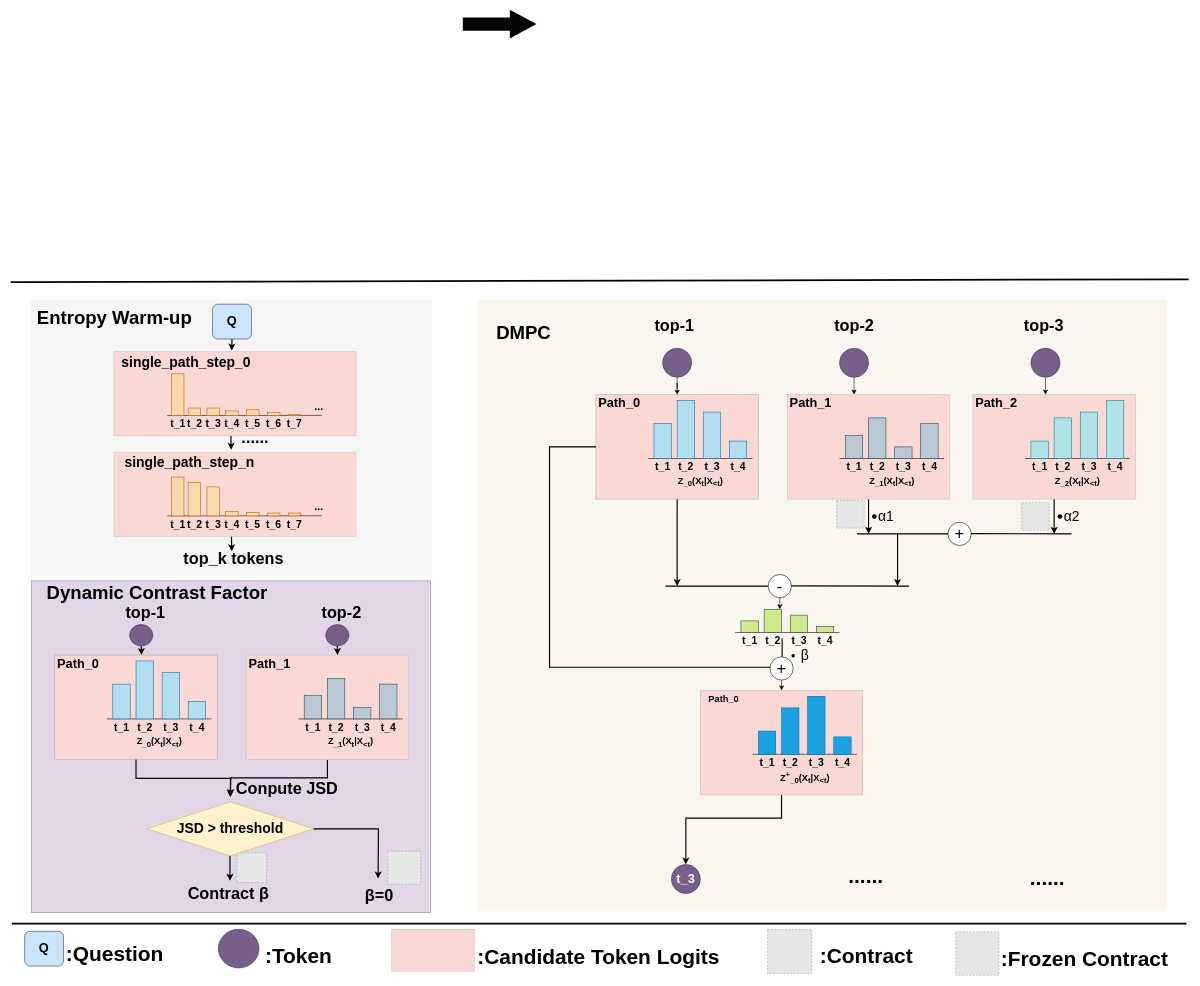
Earlier version of the draw.io diagram drawio_images/MPCR.drawio (zty-king/zty-king). Source tidied: cells renumbered, new cells numbered last; positions are measured from the earlier drawing's top-left corner, leaving out a move shared by most shapes. Both pictures are drawn from the tidied source at 58%, with x=0, y=0 at pixel (10, 24). Pictures stored in the file or linked from it are replaced by grey dashed boxes.
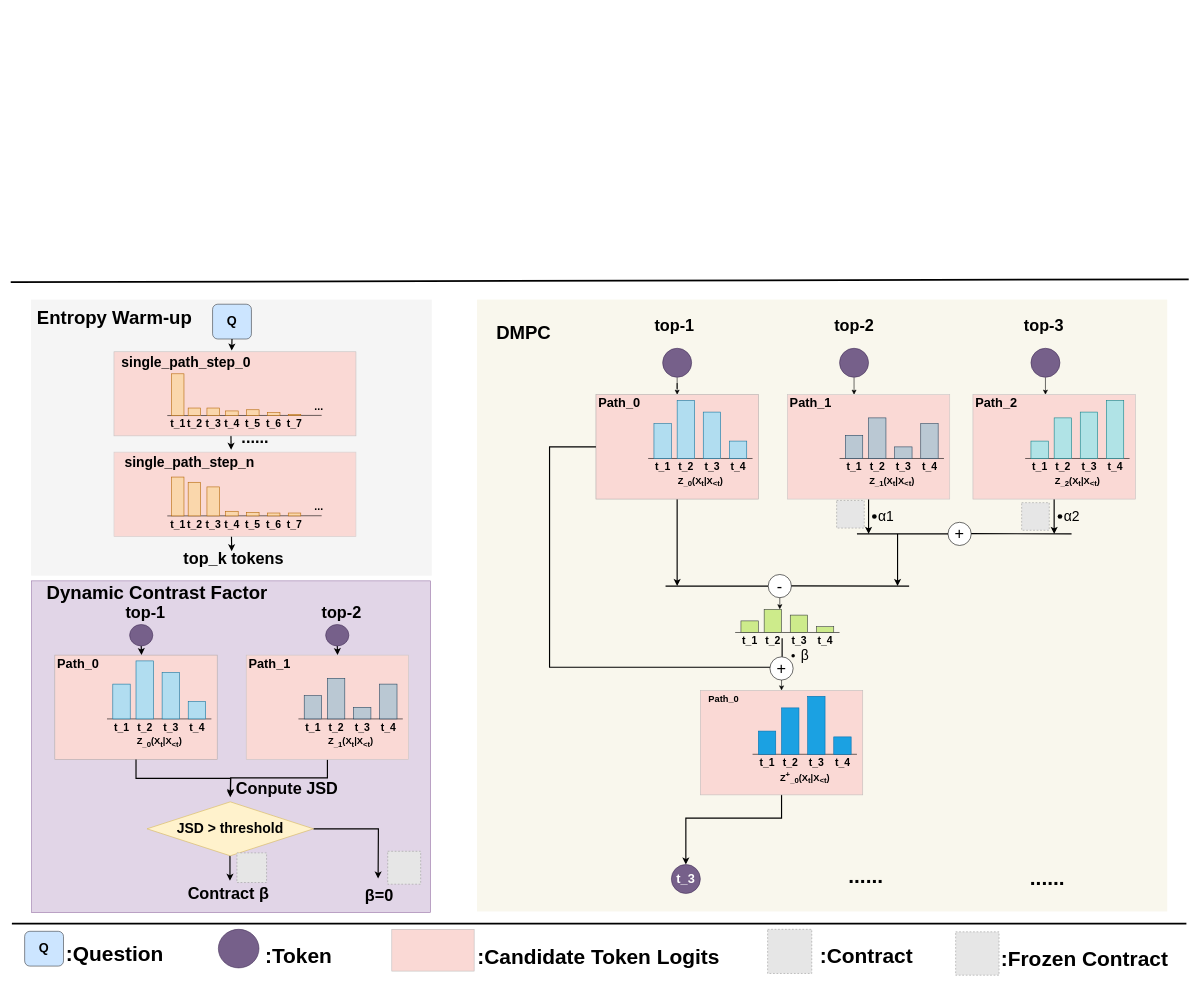
The same diagram, later.

Change to the diagram source:
```diff
@@
-    <mxCell id="128" style="shape=flexArrow;endArrow=classic;html=1;rounded=0;strokeWidth=1;strokeColor=none;fillColor=light-dark(#050505, #ededed);startSize=15;endSize=15;width=23.076923076923077;endWidth=25.6043956043956;" parent="1" edge="1">
-      <mxGeometry relative="1" as="geometry">
-        <mxPoint x="779" as="sourcePoint" />
-        <mxPoint x="907" as="targetPoint" />
-      </mxGeometry>
-    </mxCell>
```
